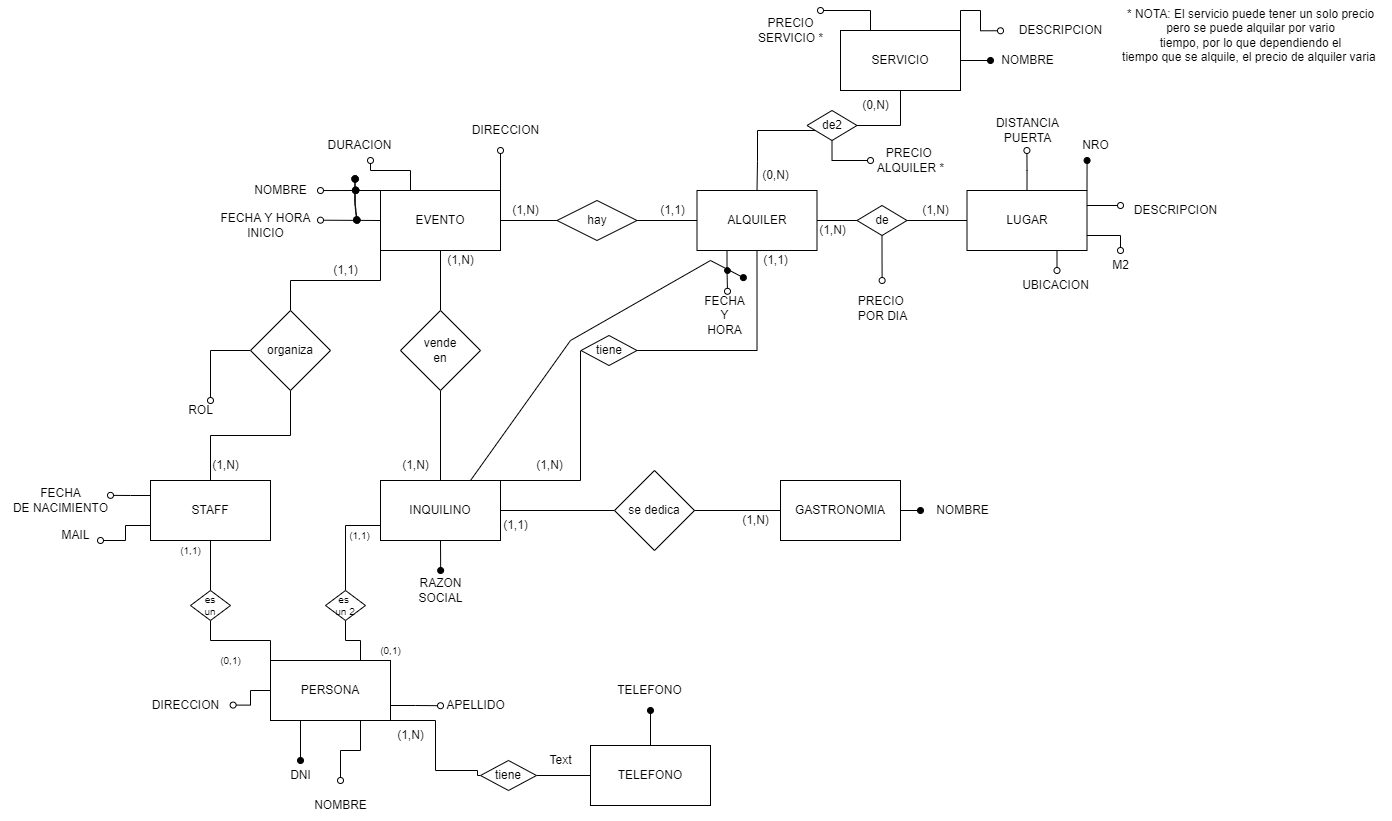
Earlier version of the draw.io export PRACTICA 2/Parte1/Ejercicio8/Ejercicio8-logico.png (agusrnfr/DBD). Source tidied: cells renumbered, new cells last; positions are measured from the earlier drawing's top-left corner, leaving out a move shared by most shapes.
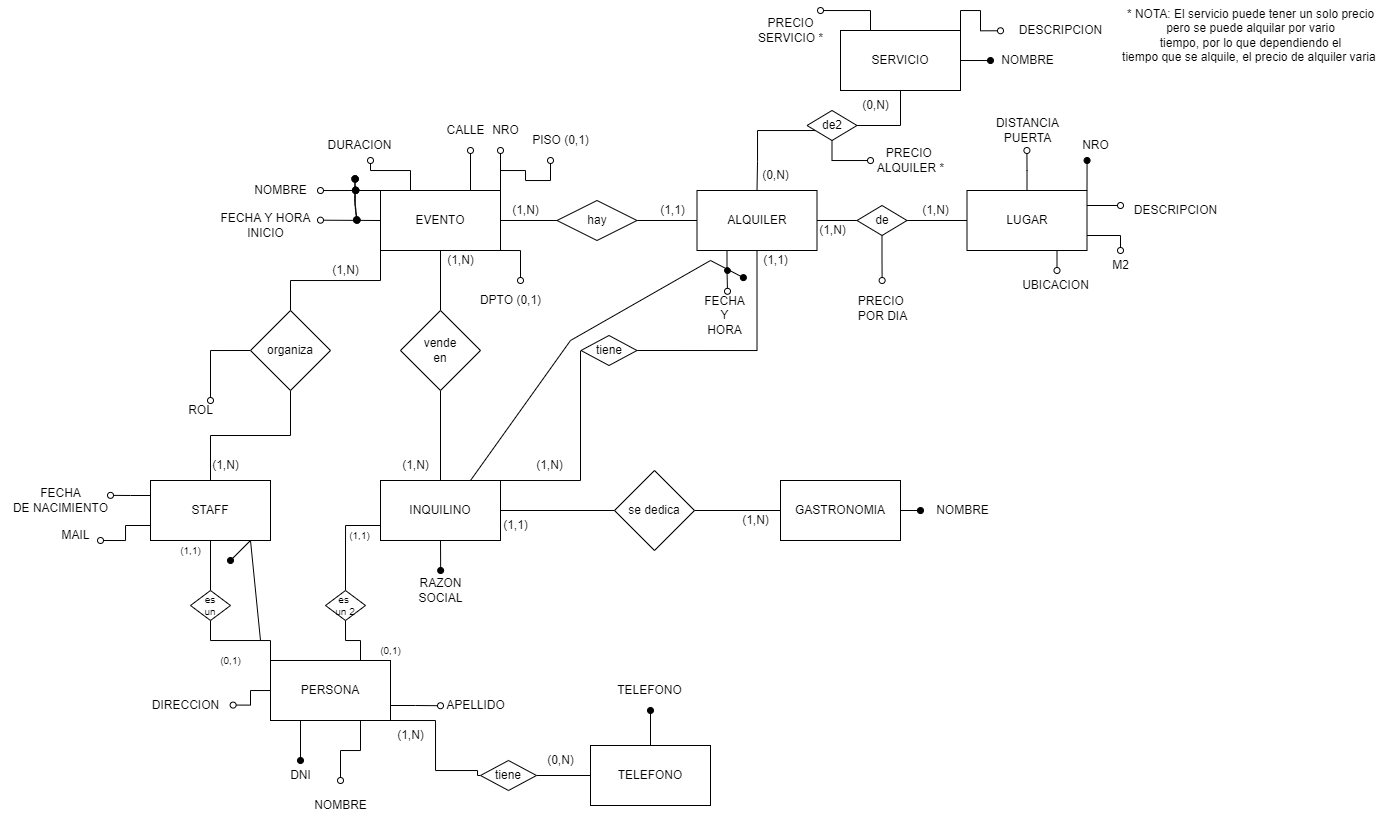
Later version of the same file.

What changed in the source:
```diff
@@ -22,6 +22,21 @@
         <mxPoint x="500" y="150" as="targetPoint" />
       </mxGeometry>
     </mxCell>
+    <mxCell id="118" style="edgeStyle=orthogonalEdgeStyle;rounded=0;jettySize=auto;html=1;exitX=0.75;exitY=0;exitDx=0;exitDy=0;endArrow=oval;endFill=0;" parent="1" edge="1" source="6">
+      <mxGeometry relative="1" as="geometry">
+        <mxPoint x="470" y="150" as="targetPoint" />
+      </mxGeometry>
+    </mxCell>
+    <mxCell id="119" style="edgeStyle=orthogonalEdgeStyle;rounded=0;jettySize=auto;html=1;exitX=1;exitY=1;exitDx=0;exitDy=0;endArrow=oval;endFill=0;" parent="1" edge="1" source="6">
+      <mxGeometry relative="1" as="geometry">
+        <mxPoint x="520" y="280" as="targetPoint" />
+      </mxGeometry>
+    </mxCell>
+    <mxCell id="120" style="edgeStyle=orthogonalEdgeStyle;rounded=0;jettySize=auto;html=1;exitX=1;exitY=0;exitDx=0;exitDy=0;endArrow=oval;endFill=0;" parent="1" edge="1" source="6">
+      <mxGeometry relative="1" as="geometry">
+        <mxPoint x="550" y="160" as="targetPoint" />
+      </mxGeometry>
+    </mxCell>
     <mxCell id="6" value="EVENTO" style="rounded=0;whiteSpace=wrap;html=1;" parent="1" vertex="1">
       <mxGeometry x="380" y="190" width="120" height="60" as="geometry" />
     </mxCell>
@@ -314,7 +329,7 @@
     <mxCell id="86" value="(1,N)" style="text;html=1;align=center;verticalAlign=middle;strokeColor=none;fillColor=none;" parent="1" vertex="1">
       <mxGeometry x="200" y="450" width="50" height="30" as="geometry" />
     </mxCell>
-    <mxCell id="87" value="(1,1)" style="text;html=1;align=center;verticalAlign=middle;strokeColor=none;fillColor=none;" parent="1" vertex="1">
+    <mxCell id="87" value="(1,N)" style="text;html=1;align=center;verticalAlign=middle;strokeColor=none;fillColor=none;" parent="1" vertex="1">
       <mxGeometry x="320" y="255" width="50" height="30" as="geometry" />
     </mxCell>
     <mxCell id="88" value="(1,N)" style="text;html=1;align=center;verticalAlign=middle;strokeColor=none;fillColor=none;" parent="1" vertex="1">
@@ -353,8 +368,8 @@
     <mxCell id="97" value="* NOTA: El servicio puede tener un solo precio&lt;br&gt;pero se puede alquilar por vario&lt;br&gt;tiempo, por lo que dependiendo el&lt;br&gt;tiempo que se alquile, el precio de alquiler varia&amp;nbsp;" style="text;html=1;align=center;verticalAlign=middle;strokeColor=none;fillColor=none;" parent="1" vertex="1">
       <mxGeometry x="1110" width="280" height="70" as="geometry" />
     </mxCell>
-    <mxCell id="98" value="DIRECCION" style="text;html=1;align=center;verticalAlign=middle;strokeColor=none;fillColor=none;" parent="1" vertex="1">
-      <mxGeometry x="460" y="115" width="90" height="30" as="geometry" />
+    <mxCell id="98" value="NRO" style="text;html=1;align=center;verticalAlign=middle;strokeColor=none;fillColor=none;" parent="1" vertex="1">
+      <mxGeometry x="480" y="115" width="50" height="30" as="geometry" />
     </mxCell>
     <mxCell id="99" value="APELLIDO" style="text;html=1;align=center;verticalAlign=middle;strokeColor=none;fillColor=none;" parent="1" vertex="1">
       <mxGeometry x="435" y="690" width="80" height="30" as="geometry" />
@@ -388,8 +403,8 @@
     <mxCell id="106" value="TELEFONO" style="text;html=1;align=center;verticalAlign=middle;strokeColor=none;fillColor=none;" parent="1" vertex="1">
       <mxGeometry x="604" y="675" width="90" height="30" as="geometry" />
     </mxCell>
-    <mxCell id="107" value="Text" style="text;html=1;align=center;verticalAlign=middle;strokeColor=none;fillColor=none;" parent="1" vertex="1">
-      <mxGeometry x="540" y="750" width="40" height="20" as="geometry" />
+    <mxCell id="107" value="(0,N)" style="text;html=1;align=center;verticalAlign=middle;strokeColor=none;fillColor=none;" parent="1" vertex="1">
+      <mxGeometry x="535" y="745" width="50" height="30" as="geometry" />
     </mxCell>
     <mxCell id="108" style="edgeStyle=orthogonalEdgeStyle;rounded=0;jettySize=auto;html=1;exitX=0.5;exitY=0;exitDx=0;exitDy=0;entryX=0.5;entryY=1;entryDx=0;entryDy=0;fontSize=10;endArrow=none;endFill=0;" parent="1" edge="1" source="109" target="23">
       <mxGeometry relative="1" as="geometry" />
@@ -421,5 +436,23 @@
     <mxCell id="117" value="ROL" style="text;html=1;align=center;verticalAlign=middle;strokeColor=none;fillColor=none;" parent="1" vertex="1">
       <mxGeometry x="175" y="395" width="50" height="30" as="geometry" />
     </mxCell>
+    <mxCell id="121" value="CALLE" style="text;html=1;align=center;verticalAlign=middle;strokeColor=none;fillColor=none;" parent="1" vertex="1">
+      <mxGeometry x="435" y="115" width="60" height="30" as="geometry" />
+    </mxCell>
+    <mxCell id="122" value="DPTO (0,1)" style="text;html=1;align=center;verticalAlign=middle;strokeColor=none;fillColor=none;" parent="1" vertex="1">
+      <mxGeometry x="470" y="285" width="80" height="30" as="geometry" />
+    </mxCell>
+    <mxCell id="123" value="PISO (0,1)" style="text;html=1;align=center;verticalAlign=middle;strokeColor=none;fillColor=none;" parent="1" vertex="1">
+      <mxGeometry x="520" y="125" width="80" height="30" as="geometry" />
+    </mxCell>
+    <mxCell id="124" style="endArrow=oval;html=1;rounded=0;endFill=1;" parent="1" edge="1">
+      <mxGeometry relative="1" as="geometry">
+        <mxPoint x="260" y="640" as="sourcePoint" />
+        <mxPoint x="230" y="560" as="targetPoint" />
+        <Array as="points">
+          <mxPoint x="250" y="540" />
+        </Array>
+      </mxGeometry>
+    </mxCell>
   </root>
 </mxGraphModel>
```
